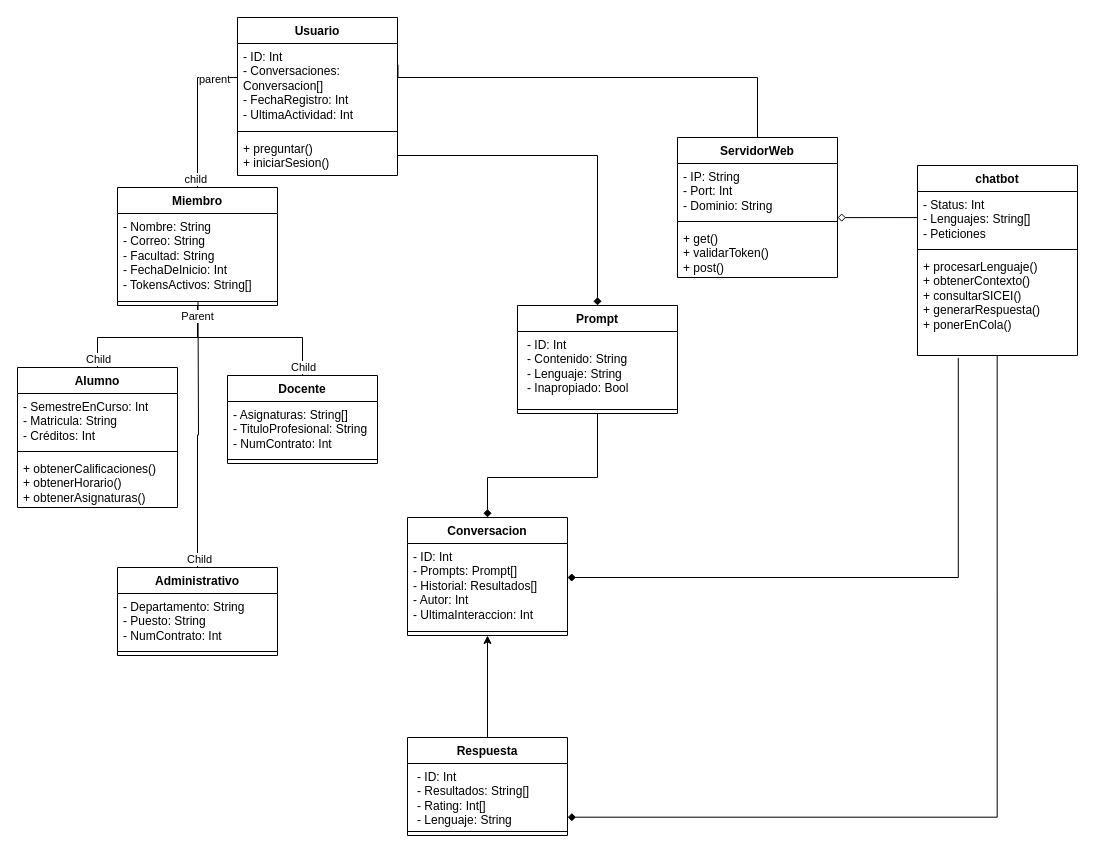
Above: Diagramas[Emmanuel]/UML.drawio in diego-islas8/Proyecto-FIS (draw.io), before the change. Source tidied: cells renumbered, new cells numbered last; positions are measured from the earlier drawing's top-left corner, leaving out a move shared by most shapes. Both pictures are drawn from the tidied source at 100%, with x=0, y=0 at pixel (17, 17).
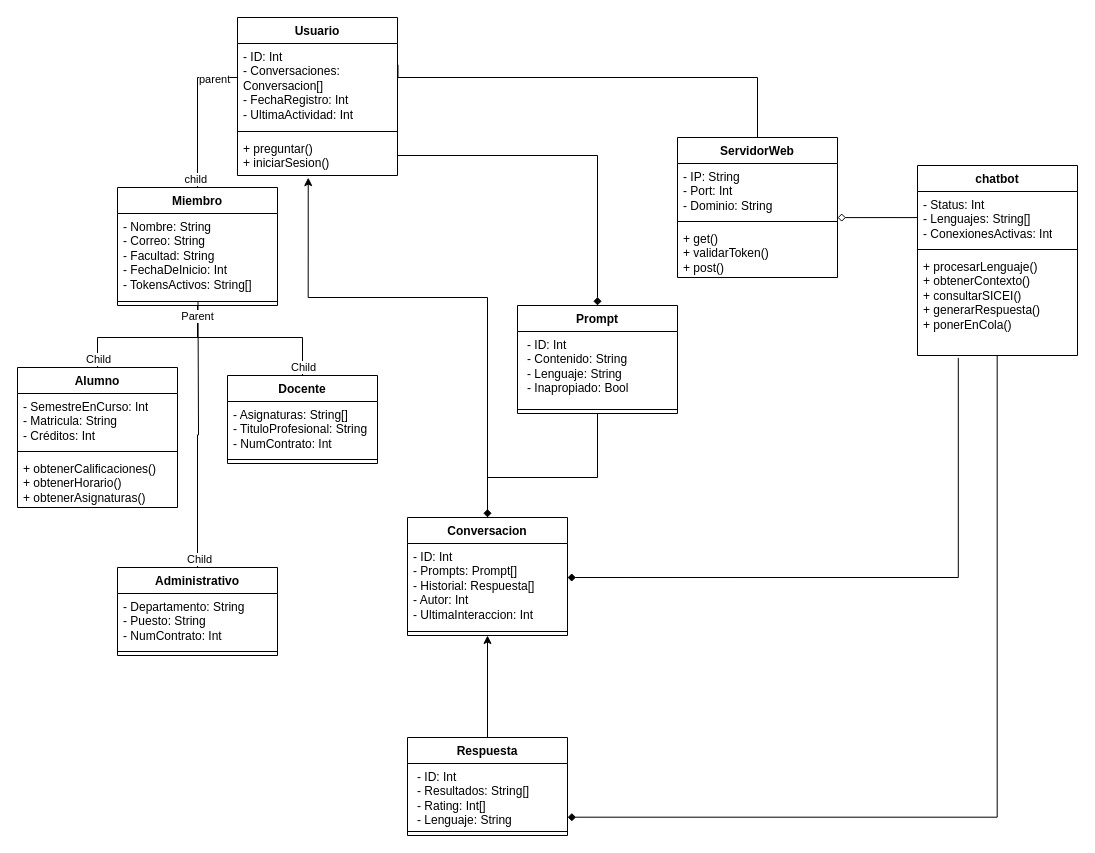
The same page after the edit.

Commit message (it also covers changes not shown here):
Revisiones del diagrama

The change refers to these unchanged cells:
```xml
<mxCell id="9" value="chatbot" style="swimlane;fontStyle=1;align=center;verticalAlign=top;horizontal=1;startSize=26;whiteSpace=wrap;html=1;" parent="1" vertex="1">
  <mxGeometry x="900" y="148" width="160" height="190" as="geometry" />
</mxCell>
<mxCell id="22" value="&lt;div&gt;+ preguntar()&lt;/div&gt;&lt;div&gt;+ iniciarSesion()&lt;br&gt;&lt;/div&gt;" style="text;strokeColor=none;fillColor=none;align=left;verticalAlign=top;spacingLeft=4;spacingRight=4;overflow=hidden;points=[[0,0.5],[1,0.5]];portConstraint=eastwest;whiteSpace=wrap;html=1;" parent="16" vertex="1">
  <mxGeometry y="118" width="160" height="40" as="geometry" />
</mxCell>
<mxCell id="47" value="Conversacion" style="swimlane;fontStyle=1;align=center;verticalAlign=top;horizontal=1;startSize=26;whiteSpace=wrap;html=1;" parent="1" vertex="1">
  <mxGeometry x="390" y="500" width="160" height="118" as="geometry" />
</mxCell>
```

What changed in the source:
```diff
@@
-    <mxCell id="10" value="&lt;div&gt;- Status: Int&lt;br&gt;&lt;/div&gt;&lt;div&gt;- Lenguajes: String[]&lt;/div&gt;&lt;div&gt;- Peticiones&lt;/div&gt;" style="text;strokeColor=none;fillColor=none;align=left;verticalAlign=top;spacingLeft=4;spacingRight=4;overflow=hidden;points=[[0,0.5],[1,0.5]];portConstraint=eastwest;whiteSpace=wrap;html=1;" parent="9" vertex="1">
+    <mxCell id="10" value="&lt;div&gt;- Status: Int&lt;br&gt;&lt;/div&gt;&lt;div&gt;- Lenguajes: String[]&lt;/div&gt;&lt;div&gt;- ConexionesActivas: Int&lt;/div&gt;" style="text;strokeColor=none;fillColor=none;align=left;verticalAlign=top;spacingLeft=4;spacingRight=4;overflow=hidden;points=[[0,0.5],[1,0.5]];portConstraint=eastwest;whiteSpace=wrap;html=1;" parent="9" vertex="1">
       <mxGeometry y="26" width="160" height="54" as="geometry" />
     </mxCell>
@@
-    <mxCell id="48" value="&lt;div&gt;- ID: Int&lt;br&gt;&lt;/div&gt;&lt;div&gt;- Prompts: Prompt[]&lt;br&gt;&lt;/div&gt;&lt;div&gt;- Historial: Resultados[]&lt;/div&gt;&lt;div&gt;- Autor: Int&lt;/div&gt;&lt;div&gt;- UltimaInteraccion: Int&lt;/div&gt;" style="text;strokeColor=none;fillColor=none;align=left;verticalAlign=top;spacingLeft=4;spacingRight=4;overflow=hidden;points=[[0,0.5],[1,0.5]];portConstraint=eastwest;whiteSpace=wrap;html=1;" parent="47" vertex="1">
+    <mxCell id="48" value="&lt;div&gt;- ID: Int&lt;br&gt;&lt;/div&gt;&lt;div&gt;- Prompts: Prompt[]&lt;br&gt;&lt;/div&gt;&lt;div&gt;- Historial: Respuesta[]&lt;/div&gt;&lt;div&gt;- Autor: Int&lt;/div&gt;&lt;div&gt;- UltimaInteraccion: Int&lt;/div&gt;" style="text;strokeColor=none;fillColor=none;align=left;verticalAlign=top;spacingLeft=4;spacingRight=4;overflow=hidden;points=[[0,0.5],[1,0.5]];portConstraint=eastwest;whiteSpace=wrap;html=1;" parent="47" vertex="1">
       <mxGeometry y="26" width="160" height="84" as="geometry" />
     </mxCell>
@@
+    <mxCell id="53" style="edgeStyle=orthogonalEdgeStyle;rounded=0;jettySize=auto;html=1;entryX=0.442;entryY=1.053;entryDx=0;entryDy=0;entryPerimeter=0;" parent="1" edge="1" source="47" target="22">
+      <mxGeometry relative="1" as="geometry">
+        <Array as="points">
+          <mxPoint x="470" y="280" />
+          <mxPoint x="291" y="280" />
+        </Array>
+      </mxGeometry>
+    </mxCell>
```
